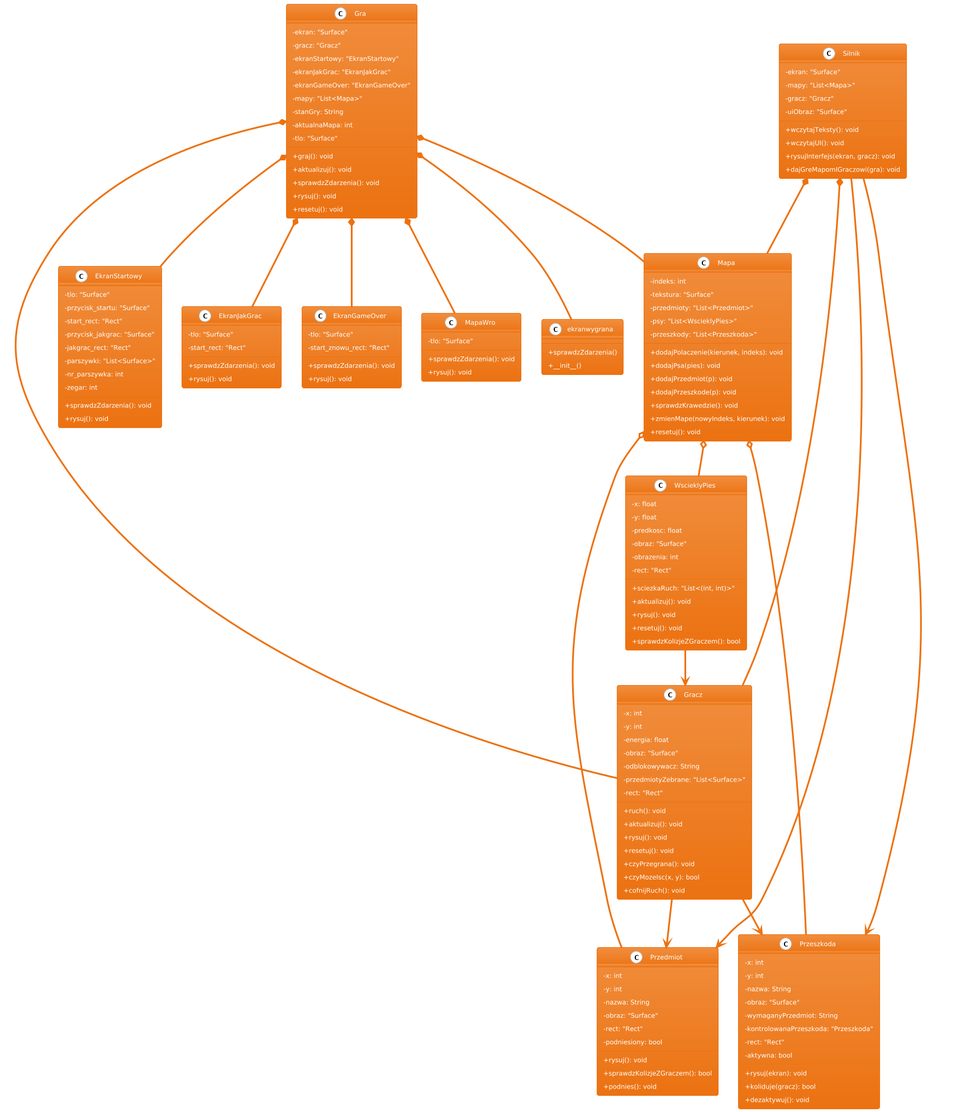
Before: diagram.png, a diagram exported from PlantUML (patrycja-krzyz/projekt-gra).
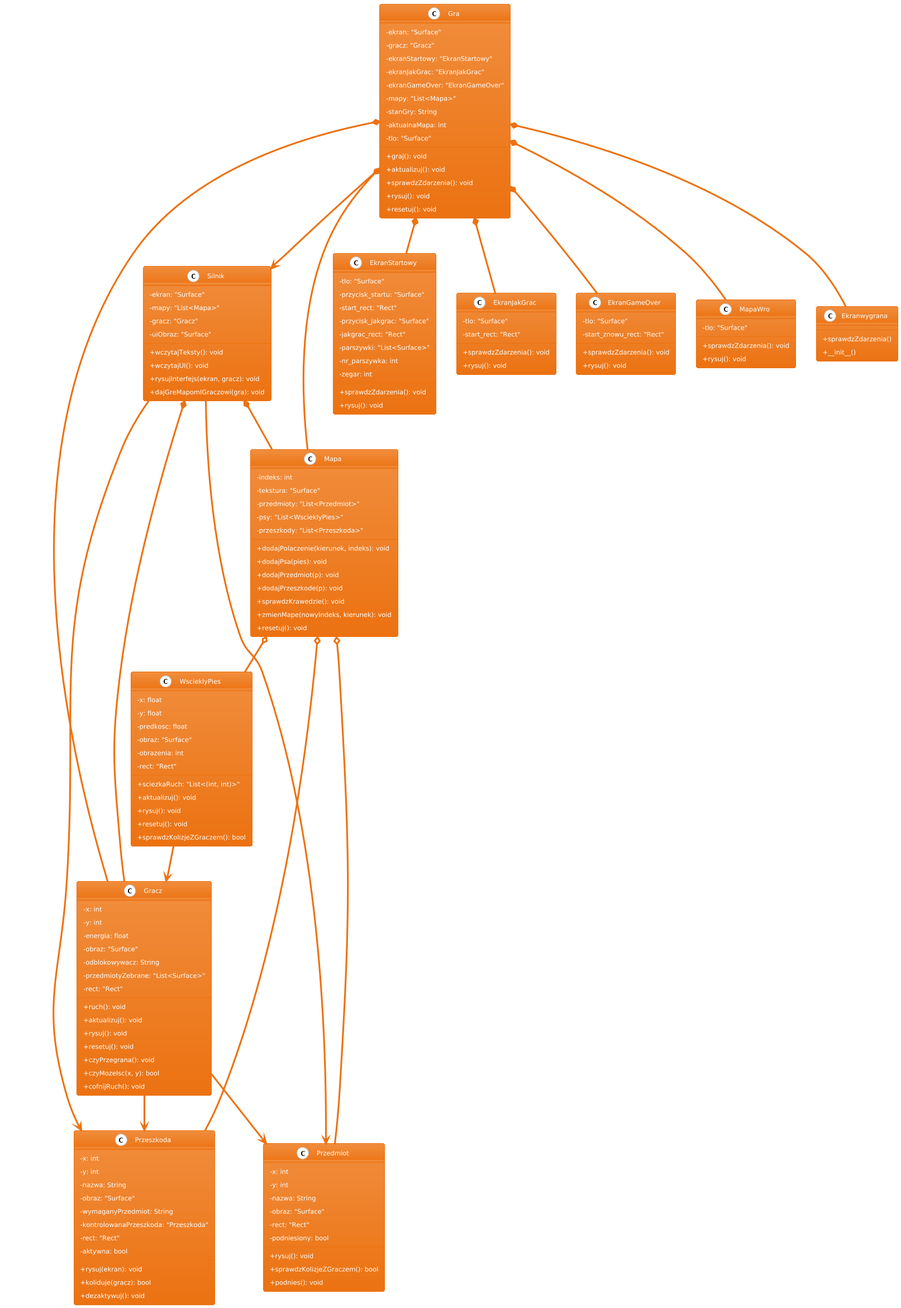
After the change.

Commit message:
poprawki: UML, testy, nazwy klas

Change to the diagram source:
```diff
@@ -94,7 +94,7 @@
     +sprawdzZdarzenia(): void
     +rysuj(): void
 }
-class ekranwygrana {
+class Ekranwygrana {
     +sprawdzZdarzenia()
     +__init__()
 }
@@ -147,7 +147,8 @@
 Gra *-- EkranJakGrac
 Gra *-- EkranGameOver
 Gra *-- MapaWro
-Gra *-- ekranwygrana
+Gra *-- Ekranwygrana
+Gra *--> Silnik
 
 Silnik *-- Gracz
 Silnik *-- Mapa
```
